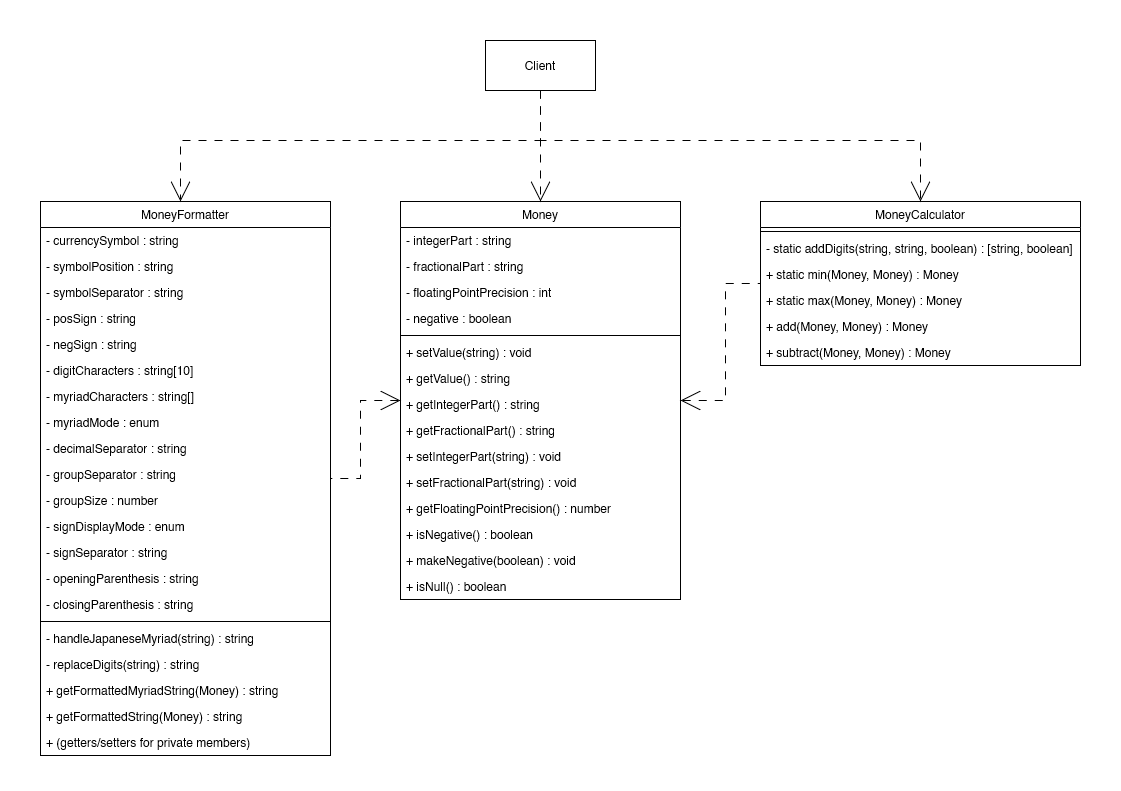
konstantin-lukas/money-calculator keeps this draw.io diagram as uml-class-diagram.png. Above is the earlier version. Source tidied: cells renumbered, new cells last; positions are measured from the earlier drawing's top-left corner, leaving out a move shared by most shapes.
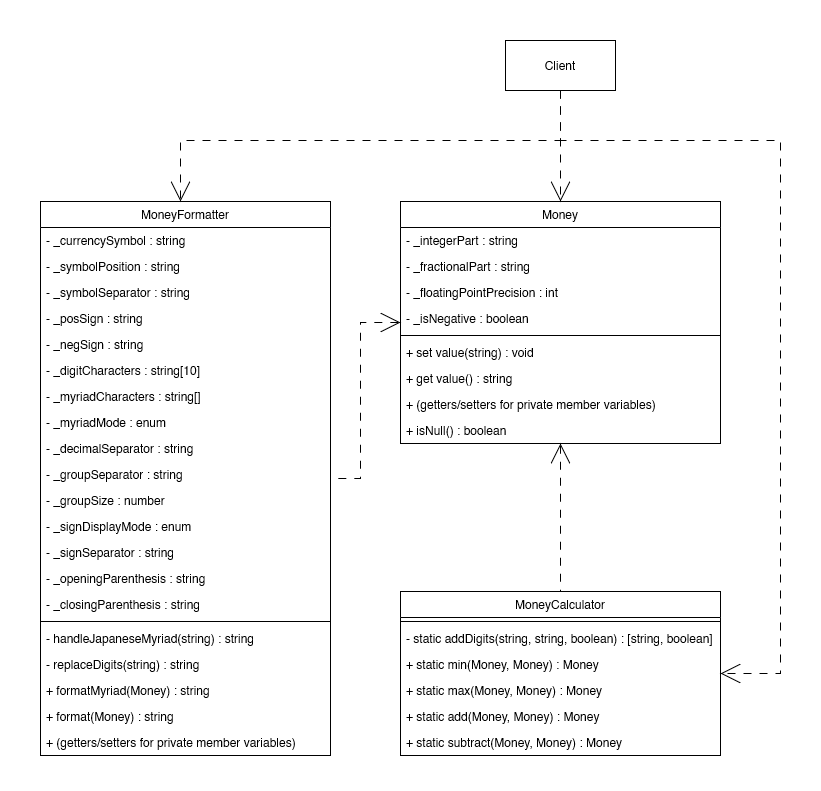
The same file after the commit.

The edit, as a diff of the source:
```diff
@@ -3,108 +3,90 @@
     <mxCell id="0" />
     <mxCell id="1" parent="0" />
     <mxCell id="2" style="rounded=0;whiteSpace=wrap;html=1;fillColor=default;strokeColor=none;" parent="1" vertex="1">
-      <mxGeometry width="1120" height="790" as="geometry" />
+      <mxGeometry width="820" height="790" as="geometry" />
     </mxCell>
-    <mxCell id="3" style="edgeStyle=orthogonalEdgeStyle;rounded=0;jettySize=auto;html=1;exitX=1;exitY=0.5;exitDx=0;exitDy=0;startSize=18;startArrow=open;startFill=0;endArrow=none;endFill=0;endSize=18;dashed=1;dashPattern=8 8;" parent="1" edge="1" source="5" target="43">
+    <mxCell id="3" style="edgeStyle=orthogonalEdgeStyle;rounded=0;jettySize=auto;html=1;startSize=18;startArrow=open;startFill=0;endArrow=none;endFill=0;endSize=18;dashed=1;dashPattern=8 8;" parent="1" edge="1" source="5" target="43">
       <mxGeometry relative="1" as="geometry" />
     </mxCell>
     <mxCell id="4" style="edgeStyle=orthogonalEdgeStyle;rounded=0;jettySize=auto;html=1;dashed=1;dashPattern=8 8;startArrow=open;startFill=0;endArrow=none;endFill=0;startSize=18;endSize=18;" parent="1" edge="1" source="5" target="21">
       <mxGeometry relative="1" as="geometry" />
     </mxCell>
     <mxCell id="5" value="Money" style="swimlane;fontStyle=0;horizontal=1;startSize=26;fillColor=none;" parent="1" vertex="1">
-      <mxGeometry x="400" y="201" width="280" height="398" as="geometry" />
+      <mxGeometry x="400" y="201" width="320" height="242" as="geometry" />
     </mxCell>
-    <mxCell id="6" value="- integerPart : string" style="text;strokeColor=none;fillColor=none;align=left;verticalAlign=top;spacingLeft=4;spacingRight=4;overflow=hidden;" parent="5" vertex="1">
-      <mxGeometry y="26" width="280" height="26" as="geometry" />
+    <mxCell id="6" value="- _integerPart : string" style="text;strokeColor=none;fillColor=none;align=left;verticalAlign=top;spacingLeft=4;spacingRight=4;overflow=hidden;" parent="5" vertex="1">
+      <mxGeometry y="26" width="320" height="26" as="geometry" />
     </mxCell>
-    <mxCell id="7" value="- fractionalPart : string" style="text;strokeColor=none;fillColor=none;align=left;verticalAlign=top;spacingLeft=4;spacingRight=4;overflow=hidden;" parent="5" vertex="1">
-      <mxGeometry y="52" width="280" height="26" as="geometry" />
+    <mxCell id="7" value="- _fractionalPart : string" style="text;strokeColor=none;fillColor=none;align=left;verticalAlign=top;spacingLeft=4;spacingRight=4;overflow=hidden;" parent="5" vertex="1">
+      <mxGeometry y="52" width="320" height="26" as="geometry" />
     </mxCell>
-    <mxCell id="8" value="- floatingPointPrecision : int" style="text;strokeColor=none;fillColor=none;align=left;verticalAlign=top;spacingLeft=4;spacingRight=4;overflow=hidden;" parent="5" vertex="1">
-      <mxGeometry y="78" width="280" height="26" as="geometry" />
+    <mxCell id="8" value="- _floatingPointPrecision : int" style="text;strokeColor=none;fillColor=none;align=left;verticalAlign=top;spacingLeft=4;spacingRight=4;overflow=hidden;" parent="5" vertex="1">
+      <mxGeometry y="78" width="320" height="26" as="geometry" />
     </mxCell>
-    <mxCell id="9" value="- negative : boolean" style="text;strokeColor=none;fillColor=none;align=left;verticalAlign=top;spacingLeft=4;spacingRight=4;overflow=hidden;" parent="5" vertex="1">
-      <mxGeometry y="104" width="280" height="26" as="geometry" />
+    <mxCell id="9" value="- _isNegative : boolean" style="text;strokeColor=none;fillColor=none;align=left;verticalAlign=top;spacingLeft=4;spacingRight=4;overflow=hidden;" parent="5" vertex="1">
+      <mxGeometry y="104" width="320" height="26" as="geometry" />
     </mxCell>
     <mxCell id="10" style="line;strokeWidth=1;fillColor=none;align=left;verticalAlign=middle;spacingTop=-1;spacingLeft=3;spacingRight=3;labelPosition=right;strokeColor=inherit;" parent="5" vertex="1">
-      <mxGeometry y="130" width="280" height="8" as="geometry" />
+      <mxGeometry y="130" width="320" height="8" as="geometry" />
     </mxCell>
-    <mxCell id="11" value="+ setValue(string) : void" style="text;strokeColor=none;fillColor=none;align=left;verticalAlign=top;spacingLeft=4;spacingRight=4;overflow=hidden;" parent="5" vertex="1">
-      <mxGeometry y="138" width="280" height="26" as="geometry" />
+    <mxCell id="11" value="+ set value(string) : void" style="text;strokeColor=none;fillColor=none;align=left;verticalAlign=top;spacingLeft=4;spacingRight=4;overflow=hidden;" parent="5" vertex="1">
+      <mxGeometry y="138" width="320" height="26" as="geometry" />
     </mxCell>
-    <mxCell id="12" value="+ getValue() : string" style="text;strokeColor=none;fillColor=none;align=left;verticalAlign=top;spacingLeft=4;spacingRight=4;overflow=hidden;" parent="5" vertex="1">
-      <mxGeometry y="164" width="280" height="26" as="geometry" />
+    <mxCell id="12" value="+ get value() : string" style="text;strokeColor=none;fillColor=none;align=left;verticalAlign=top;spacingLeft=4;spacingRight=4;overflow=hidden;" parent="5" vertex="1">
+      <mxGeometry y="164" width="320" height="26" as="geometry" />
     </mxCell>
-    <mxCell id="13" value="+ getIntegerPart() : string" style="text;strokeColor=none;fillColor=none;align=left;verticalAlign=top;spacingLeft=4;spacingRight=4;overflow=hidden;" parent="5" vertex="1">
-      <mxGeometry y="190" width="280" height="26" as="geometry" />
-    </mxCell>
-    <mxCell id="14" value="+ getFractionalPart() : string" style="text;strokeColor=none;fillColor=none;align=left;verticalAlign=top;spacingLeft=4;spacingRight=4;overflow=hidden;" parent="5" vertex="1">
-      <mxGeometry y="216" width="280" height="26" as="geometry" />
-    </mxCell>
-    <mxCell id="15" value="+ setIntegerPart(string) : void" style="text;strokeColor=none;fillColor=none;align=left;verticalAlign=top;spacingLeft=4;spacingRight=4;overflow=hidden;" parent="5" vertex="1">
-      <mxGeometry y="242" width="280" height="26" as="geometry" />
-    </mxCell>
-    <mxCell id="16" value="+ setFractionalPart(string) : void" style="text;strokeColor=none;fillColor=none;align=left;verticalAlign=top;spacingLeft=4;spacingRight=4;overflow=hidden;" parent="5" vertex="1">
-      <mxGeometry y="268" width="280" height="26" as="geometry" />
-    </mxCell>
-    <mxCell id="17" value="+ getFloatingPointPrecision() : number" style="text;strokeColor=none;fillColor=none;align=left;verticalAlign=top;spacingLeft=4;spacingRight=4;overflow=hidden;" parent="5" vertex="1">
-      <mxGeometry y="294" width="280" height="26" as="geometry" />
-    </mxCell>
-    <mxCell id="18" value="+ isNegative() : boolean" style="text;strokeColor=none;fillColor=none;align=left;verticalAlign=top;spacingLeft=4;spacingRight=4;overflow=hidden;" parent="5" vertex="1">
-      <mxGeometry y="320" width="280" height="26" as="geometry" />
-    </mxCell>
-    <mxCell id="19" value="+ makeNegative(boolean) : void" style="text;strokeColor=none;fillColor=none;align=left;verticalAlign=top;spacingLeft=4;spacingRight=4;overflow=hidden;" parent="5" vertex="1">
-      <mxGeometry y="346" width="280" height="26" as="geometry" />
+    <mxCell id="19" value="+ (getters/setters for private member variables)" style="text;strokeColor=none;fillColor=none;align=left;verticalAlign=top;spacingLeft=4;spacingRight=4;overflow=hidden;" parent="5" vertex="1">
+      <mxGeometry y="190" width="320" height="26" as="geometry" />
     </mxCell>
     <mxCell id="20" value="+ isNull() : boolean" style="text;strokeColor=none;fillColor=none;align=left;verticalAlign=top;spacingLeft=4;spacingRight=4;overflow=hidden;" parent="5" vertex="1">
-      <mxGeometry y="372" width="280" height="26" as="geometry" />
+      <mxGeometry y="216" width="320" height="26" as="geometry" />
     </mxCell>
     <mxCell id="21" value="MoneyFormatter" style="swimlane;fontStyle=0;horizontal=1;startSize=26;fillColor=none;" parent="1" vertex="1">
       <mxGeometry x="40" y="201" width="290" height="554" as="geometry" />
     </mxCell>
-    <mxCell id="22" value="- currencySymbol : string" style="text;strokeColor=none;fillColor=none;align=left;verticalAlign=top;spacingLeft=4;spacingRight=4;overflow=hidden;" parent="21" vertex="1">
+    <mxCell id="22" value="- _currencySymbol : string" style="text;strokeColor=none;fillColor=none;align=left;verticalAlign=top;spacingLeft=4;spacingRight=4;overflow=hidden;" parent="21" vertex="1">
       <mxGeometry y="26" width="290" height="26" as="geometry" />
     </mxCell>
-    <mxCell id="23" value="- symbolPosition : string" style="text;strokeColor=none;fillColor=none;align=left;verticalAlign=top;spacingLeft=4;spacingRight=4;overflow=hidden;" parent="21" vertex="1">
+    <mxCell id="23" value="- _symbolPosition : string" style="text;strokeColor=none;fillColor=none;align=left;verticalAlign=top;spacingLeft=4;spacingRight=4;overflow=hidden;" parent="21" vertex="1">
       <mxGeometry y="52" width="290" height="26" as="geometry" />
     </mxCell>
-    <mxCell id="24" value="- symbolSeparator : string" style="text;strokeColor=none;fillColor=none;align=left;verticalAlign=top;spacingLeft=4;spacingRight=4;overflow=hidden;" parent="21" vertex="1">
+    <mxCell id="24" value="- _symbolSeparator : string" style="text;strokeColor=none;fillColor=none;align=left;verticalAlign=top;spacingLeft=4;spacingRight=4;overflow=hidden;" parent="21" vertex="1">
       <mxGeometry y="78" width="290" height="26" as="geometry" />
     </mxCell>
-    <mxCell id="25" value="- posSign : string" style="text;strokeColor=none;fillColor=none;align=left;verticalAlign=top;spacingLeft=4;spacingRight=4;overflow=hidden;" parent="21" vertex="1">
+    <mxCell id="25" value="- _posSign : string" style="text;strokeColor=none;fillColor=none;align=left;verticalAlign=top;spacingLeft=4;spacingRight=4;overflow=hidden;" parent="21" vertex="1">
       <mxGeometry y="104" width="290" height="26" as="geometry" />
     </mxCell>
-    <mxCell id="26" value="- negSign : string" style="text;strokeColor=none;fillColor=none;align=left;verticalAlign=top;spacingLeft=4;spacingRight=4;overflow=hidden;" parent="21" vertex="1">
+    <mxCell id="26" value="- _negSign : string" style="text;strokeColor=none;fillColor=none;align=left;verticalAlign=top;spacingLeft=4;spacingRight=4;overflow=hidden;" parent="21" vertex="1">
       <mxGeometry y="130" width="290" height="26" as="geometry" />
     </mxCell>
-    <mxCell id="27" value="- digitCharacters : string[10]" style="text;strokeColor=none;fillColor=none;align=left;verticalAlign=top;spacingLeft=4;spacingRight=4;overflow=hidden;" parent="21" vertex="1">
+    <mxCell id="27" value="- _digitCharacters : string[10]" style="text;strokeColor=none;fillColor=none;align=left;verticalAlign=top;spacingLeft=4;spacingRight=4;overflow=hidden;" parent="21" vertex="1">
       <mxGeometry y="156" width="290" height="26" as="geometry" />
     </mxCell>
-    <mxCell id="28" value="- myriadCharacters : string[]" style="text;strokeColor=none;fillColor=none;align=left;verticalAlign=top;spacingLeft=4;spacingRight=4;overflow=hidden;" parent="21" vertex="1">
+    <mxCell id="28" value="- _myriadCharacters : string[]" style="text;strokeColor=none;fillColor=none;align=left;verticalAlign=top;spacingLeft=4;spacingRight=4;overflow=hidden;" parent="21" vertex="1">
       <mxGeometry y="182" width="290" height="26" as="geometry" />
     </mxCell>
-    <mxCell id="29" value="- myriadMode : enum" style="text;strokeColor=none;fillColor=none;align=left;verticalAlign=top;spacingLeft=4;spacingRight=4;overflow=hidden;" parent="21" vertex="1">
+    <mxCell id="29" value="- _myriadMode : enum" style="text;strokeColor=none;fillColor=none;align=left;verticalAlign=top;spacingLeft=4;spacingRight=4;overflow=hidden;" parent="21" vertex="1">
       <mxGeometry y="208" width="290" height="26" as="geometry" />
     </mxCell>
-    <mxCell id="30" value="- decimalSeparator : string" style="text;strokeColor=none;fillColor=none;align=left;verticalAlign=top;spacingLeft=4;spacingRight=4;overflow=hidden;" parent="21" vertex="1">
+    <mxCell id="30" value="- _decimalSeparator : string" style="text;strokeColor=none;fillColor=none;align=left;verticalAlign=top;spacingLeft=4;spacingRight=4;overflow=hidden;" parent="21" vertex="1">
       <mxGeometry y="234" width="290" height="26" as="geometry" />
     </mxCell>
-    <mxCell id="31" value="- groupSeparator : string" style="text;strokeColor=none;fillColor=none;align=left;verticalAlign=top;spacingLeft=4;spacingRight=4;overflow=hidden;" parent="21" vertex="1">
+    <mxCell id="31" value="- _groupSeparator : string" style="text;strokeColor=none;fillColor=none;align=left;verticalAlign=top;spacingLeft=4;spacingRight=4;overflow=hidden;" parent="21" vertex="1">
       <mxGeometry y="260" width="290" height="26" as="geometry" />
     </mxCell>
-    <mxCell id="32" value="- groupSize : number" style="text;strokeColor=none;fillColor=none;align=left;verticalAlign=top;spacingLeft=4;spacingRight=4;overflow=hidden;" parent="21" vertex="1">
+    <mxCell id="32" value="- _groupSize : number" style="text;strokeColor=none;fillColor=none;align=left;verticalAlign=top;spacingLeft=4;spacingRight=4;overflow=hidden;" parent="21" vertex="1">
       <mxGeometry y="286" width="290" height="26" as="geometry" />
     </mxCell>
-    <mxCell id="33" value="- signDisplayMode : enum" style="text;strokeColor=none;fillColor=none;align=left;verticalAlign=top;spacingLeft=4;spacingRight=4;overflow=hidden;" parent="21" vertex="1">
+    <mxCell id="33" value="- _signDisplayMode : enum" style="text;strokeColor=none;fillColor=none;align=left;verticalAlign=top;spacingLeft=4;spacingRight=4;overflow=hidden;" parent="21" vertex="1">
       <mxGeometry y="312" width="290" height="26" as="geometry" />
     </mxCell>
-    <mxCell id="34" value="- signSeparator : string" style="text;strokeColor=none;fillColor=none;align=left;verticalAlign=top;spacingLeft=4;spacingRight=4;overflow=hidden;" parent="21" vertex="1">
+    <mxCell id="34" value="- _signSeparator : string" style="text;strokeColor=none;fillColor=none;align=left;verticalAlign=top;spacingLeft=4;spacingRight=4;overflow=hidden;" parent="21" vertex="1">
       <mxGeometry y="338" width="290" height="26" as="geometry" />
     </mxCell>
-    <mxCell id="35" value="- openingParenthesis : string" style="text;strokeColor=none;fillColor=none;align=left;verticalAlign=top;spacingLeft=4;spacingRight=4;overflow=hidden;" parent="21" vertex="1">
+    <mxCell id="35" value="- _openingParenthesis : string" style="text;strokeColor=none;fillColor=none;align=left;verticalAlign=top;spacingLeft=4;spacingRight=4;overflow=hidden;" parent="21" vertex="1">
       <mxGeometry y="364" width="290" height="26" as="geometry" />
     </mxCell>
-    <mxCell id="36" value="- closingParenthesis : string" style="text;strokeColor=none;fillColor=none;align=left;verticalAlign=top;spacingLeft=4;spacingRight=4;overflow=hidden;" parent="21" vertex="1">
+    <mxCell id="36" value="- _closingParenthesis : string" style="text;strokeColor=none;fillColor=none;align=left;verticalAlign=top;spacingLeft=4;spacingRight=4;overflow=hidden;" parent="21" vertex="1">
       <mxGeometry y="390" width="290" height="26" as="geometry" />
     </mxCell>
     <mxCell id="37" style="line;strokeWidth=1;fillColor=none;align=left;verticalAlign=middle;spacingTop=-1;spacingLeft=3;spacingRight=3;labelPosition=right;strokeColor=inherit;" parent="21" vertex="1">
@@ -116,17 +98,17 @@
     <mxCell id="39" value="- replaceDigits(string) : string" style="text;strokeColor=none;fillColor=none;align=left;verticalAlign=top;spacingLeft=4;spacingRight=4;overflow=hidden;" parent="21" vertex="1">
       <mxGeometry y="450" width="290" height="26" as="geometry" />
     </mxCell>
-    <mxCell id="40" value="+ getFormattedMyriadString(Money) : string" style="text;strokeColor=none;fillColor=none;align=left;verticalAlign=top;spacingLeft=4;spacingRight=4;overflow=hidden;" parent="21" vertex="1">
+    <mxCell id="40" value="+ formatMyriad(Money) : string" style="text;strokeColor=none;fillColor=none;align=left;verticalAlign=top;spacingLeft=4;spacingRight=4;overflow=hidden;" parent="21" vertex="1">
       <mxGeometry y="476" width="290" height="26" as="geometry" />
     </mxCell>
-    <mxCell id="41" value="+ getFormattedString(Money) : string" style="text;strokeColor=none;fillColor=none;align=left;verticalAlign=top;spacingLeft=4;spacingRight=4;overflow=hidden;" parent="21" vertex="1">
+    <mxCell id="41" value="+ format(Money) : string" style="text;strokeColor=none;fillColor=none;align=left;verticalAlign=top;spacingLeft=4;spacingRight=4;overflow=hidden;" parent="21" vertex="1">
       <mxGeometry y="502" width="290" height="26" as="geometry" />
     </mxCell>
-    <mxCell id="42" value="+ (getters/setters for private members)" style="text;strokeColor=none;fillColor=none;align=left;verticalAlign=top;spacingLeft=4;spacingRight=4;overflow=hidden;" parent="21" vertex="1">
+    <mxCell id="42" value="+ (getters/setters for private member variables)" style="text;strokeColor=none;fillColor=none;align=left;verticalAlign=top;spacingLeft=4;spacingRight=4;overflow=hidden;" parent="21" vertex="1">
       <mxGeometry y="528" width="290" height="26" as="geometry" />
     </mxCell>
     <mxCell id="43" value="MoneyCalculator" style="swimlane;fontStyle=0;horizontal=1;startSize=26;fillColor=none;" parent="1" vertex="1">
-      <mxGeometry x="760" y="201" width="320" height="164" as="geometry" />
+      <mxGeometry x="400" y="591" width="320" height="164" as="geometry" />
     </mxCell>
     <mxCell id="44" style="line;strokeWidth=1;fillColor=none;align=left;verticalAlign=middle;spacingTop=-1;spacingLeft=3;spacingRight=3;labelPosition=right;strokeColor=inherit;" parent="43" vertex="1">
       <mxGeometry y="26" width="320" height="8" as="geometry" />
@@ -140,16 +122,16 @@
     <mxCell id="47" value="+ static max(Money, Money) : Money" style="text;strokeColor=none;fillColor=none;align=left;verticalAlign=top;spacingLeft=4;spacingRight=4;overflow=hidden;" parent="43" vertex="1">
       <mxGeometry y="86" width="320" height="26" as="geometry" />
     </mxCell>
-    <mxCell id="48" value="+ add(Money, Money) : Money" style="text;strokeColor=none;fillColor=none;align=left;verticalAlign=top;spacingLeft=4;spacingRight=4;overflow=hidden;" parent="43" vertex="1">
+    <mxCell id="48" value="+ static add(Money, Money) : Money" style="text;strokeColor=none;fillColor=none;align=left;verticalAlign=top;spacingLeft=4;spacingRight=4;overflow=hidden;" parent="43" vertex="1">
       <mxGeometry y="112" width="320" height="26" as="geometry" />
     </mxCell>
-    <mxCell id="49" value="+ subtract(Money, Money) : Money" style="text;strokeColor=none;fillColor=none;align=left;verticalAlign=top;spacingLeft=4;spacingRight=4;overflow=hidden;" parent="43" vertex="1">
+    <mxCell id="49" value="+ static subtract(Money, Money) : Money" style="text;strokeColor=none;fillColor=none;align=left;verticalAlign=top;spacingLeft=4;spacingRight=4;overflow=hidden;" parent="43" vertex="1">
       <mxGeometry y="138" width="320" height="26" as="geometry" />
     </mxCell>
     <mxCell id="50" style="edgeStyle=orthogonalEdgeStyle;rounded=0;jettySize=auto;html=1;exitX=0.5;exitY=1;exitDx=0;exitDy=0;dashed=1;dashPattern=8 8;endArrow=open;endFill=0;endSize=18;" parent="1" edge="1" source="53" target="21">
       <mxGeometry relative="1" as="geometry">
         <Array as="points">
-          <mxPoint x="540" y="140" />
+          <mxPoint x="560" y="140" />
           <mxPoint x="180" y="140" />
         </Array>
       </mxGeometry>
@@ -160,13 +142,14 @@
     <mxCell id="52" style="edgeStyle=orthogonalEdgeStyle;rounded=0;jettySize=auto;html=1;exitX=0.5;exitY=1;exitDx=0;exitDy=0;endArrow=open;endFill=0;endSize=18;dashed=1;dashPattern=8 8;" parent="1" edge="1" source="53" target="43">
       <mxGeometry relative="1" as="geometry">
         <Array as="points">
-          <mxPoint x="540" y="140" />
-          <mxPoint x="920" y="140" />
+          <mxPoint x="560" y="140" />
+          <mxPoint x="780" y="140" />
+          <mxPoint x="780" y="673" />
         </Array>
       </mxGeometry>
     </mxCell>
     <mxCell id="53" value="Client" style="html=1;whiteSpace=wrap;" parent="1" vertex="1">
-      <mxGeometry x="485" y="40" width="110" height="50" as="geometry" />
+      <mxGeometry x="505" y="40" width="110" height="50" as="geometry" />
     </mxCell>
   </root>
 </mxGraphModel>
```
